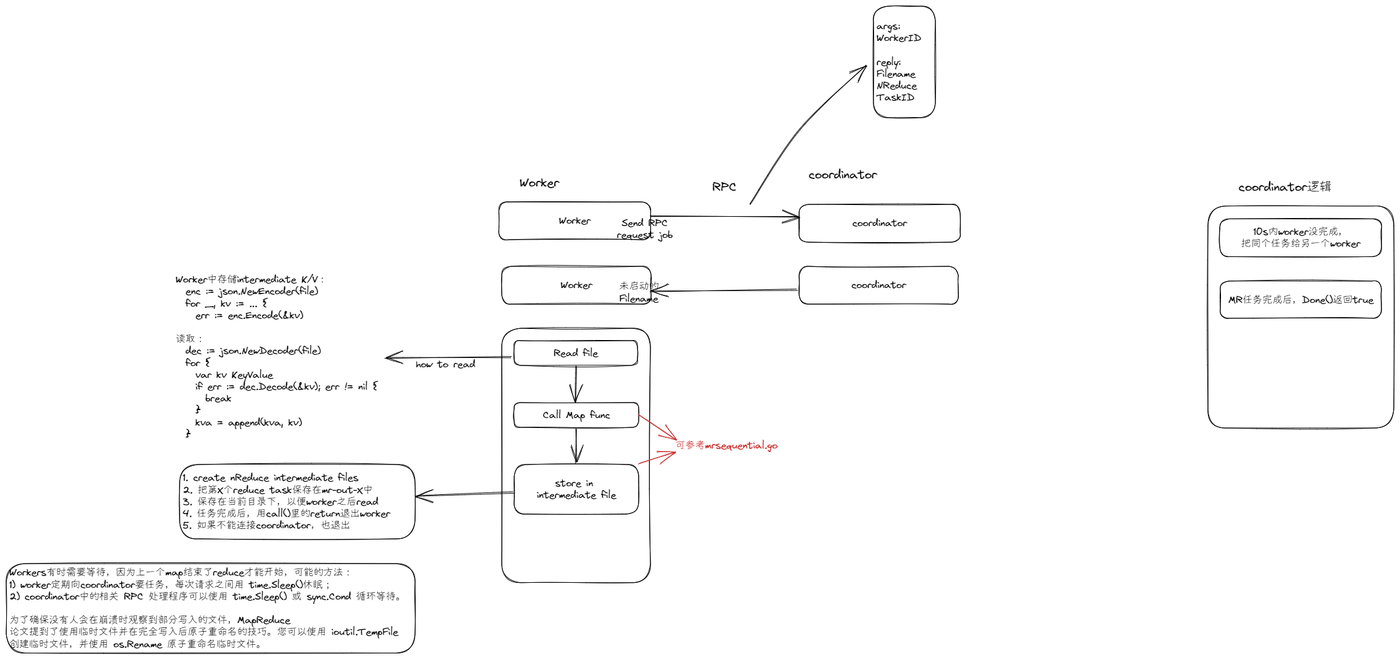
Earlier version of the Excalidraw export 6.5840/src/mr各服务架构.excalidraw.png (GeT-LeFt/Coding-Learning). Source tidied: one line per element, renumbered; positions are measured from the earlier drawing's top-left corner, leaving out a move shared by most shapes.
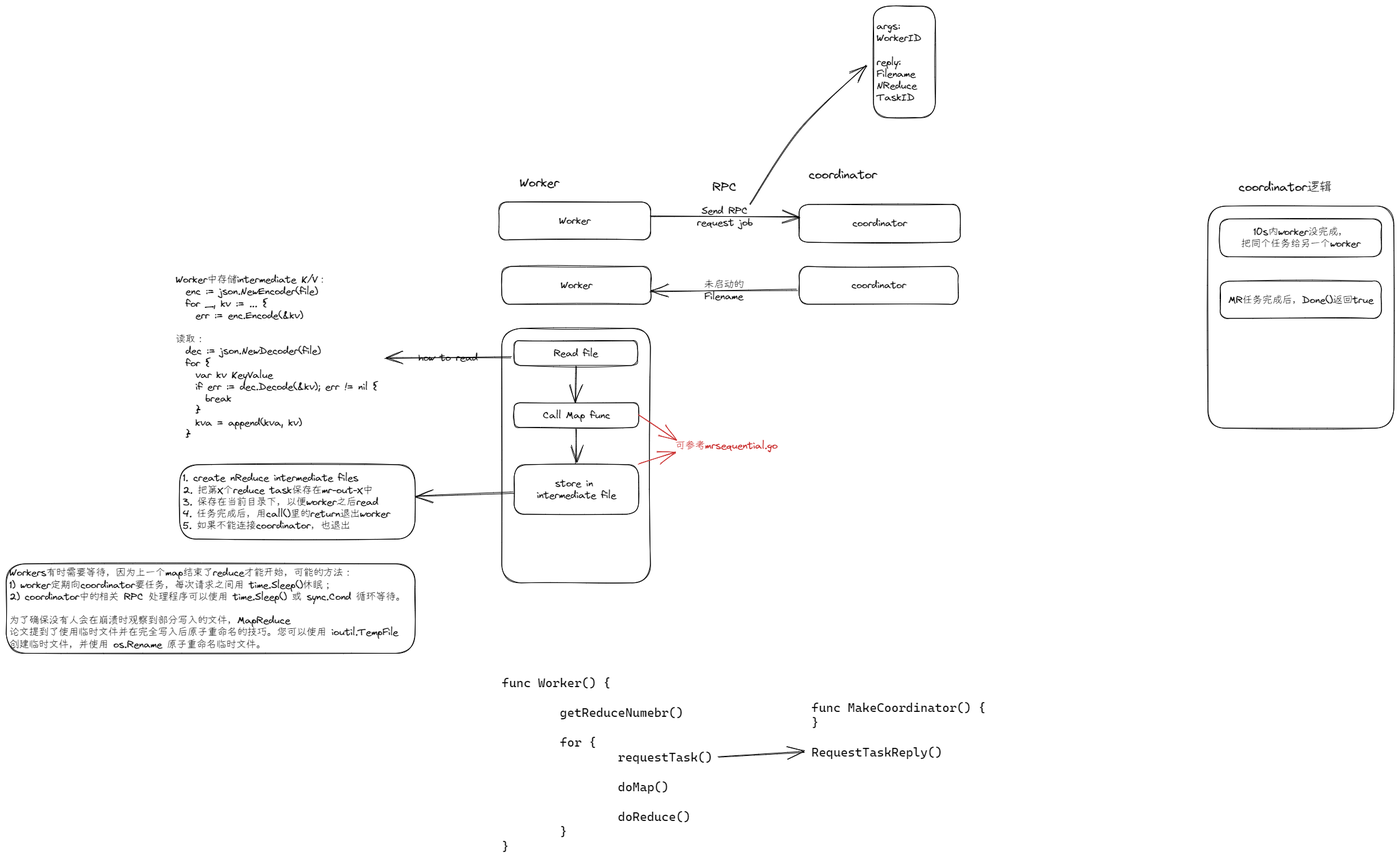
After the commit.

Diff of the diagram source:
```diff
@@ -4,14 +4,14 @@
 {"id": 3, "type": "rectangle", "strokeColor": "#000000", "strokeWidth": 1, "roughness": 1, "round": true, "x": 1280, "y": 320, "width": 260, "height": 61}
 {"id": 4, "type": "text", "text": "coordinator", "strokeColor": "#000000", "strokeWidth": 1, "roughness": 1, "fontSize": 16, "fontFamily": 1, "textAlign": "center", "verticalAlign": "middle", "inside": 3, "x": 1366, "y": 341, "width": 88, "height": 19}
 {"id": 5, "type": "arrow", "strokeColor": "#000000", "strokeWidth": 1, "roughness": 1, "endArrowhead": "arrow", "round": true, "to": 3, "x": 1040, "y": 340, "width": 240, "height": 0, "points": [[0, 0], [240, 0]]}
-{"id": 6, "type": "text", "text": "Send RPC\nrequest job", "strokeColor": "#000000", "strokeWidth": 1, "roughness": 1, "fontSize": 16, "fontFamily": 1, "textAlign": "center", "verticalAlign": "middle", "inside": 5, "x": 986, "y": 340, "width": 90, "height": 38}
+{"id": 6, "type": "text", "text": "Send RPC\nrequest job", "strokeColor": "#000000", "strokeWidth": 1, "roughness": 1, "fontSize": 16, "fontFamily": 1, "textAlign": "center", "verticalAlign": "middle", "inside": 5, "x": 1115, "y": 321, "width": 90, "height": 38}
 {"id": 7, "type": "text", "text": "coordinator", "strokeColor": "#000000", "strokeWidth": 1, "roughness": 1, "fontSize": 20, "fontFamily": 1, "x": 1295, "y": 260, "width": 110, "height": 24}
 {"id": 8, "type": "rectangle", "strokeColor": "#000000", "strokeWidth": 1, "roughness": 1, "round": true, "x": 800, "y": 420, "width": 241, "height": 61}
 {"id": 9, "type": "text", "text": "Worker", "strokeColor": "#000000", "strokeWidth": 1, "roughness": 1, "fontSize": 16, "fontFamily": 1, "textAlign": "center", "verticalAlign": "middle", "inside": 8, "x": 895, "y": 441, "width": 51, "height": 19}
 {"id": 10, "type": "rectangle", "strokeColor": "#000000", "strokeWidth": 1, "roughness": 1, "round": true, "x": 1280, "y": 420, "width": 257, "height": 61}
 {"id": 11, "type": "text", "text": "coordinator", "strokeColor": "#000000", "strokeWidth": 1, "roughness": 1, "fontSize": 16, "fontFamily": 1, "textAlign": "center", "verticalAlign": "middle", "inside": 10, "x": 1364, "y": 441, "width": 88, "height": 19}
 {"id": 12, "type": "arrow", "strokeColor": "#000000", "strokeWidth": 1, "roughness": 1, "endArrowhead": "arrow", "round": true, "from": 10, "x": 1277, "y": 457, "width": 237, "height": 3, "points": [[0, 0], [-237, 3]]}
-{"id": 13, "type": "text", "text": "未启动的\nFilename", "strokeColor": "#000000", "strokeWidth": 1, "roughness": 1, "fontSize": 16, "fontFamily": 1, "textAlign": "center", "verticalAlign": "middle", "inside": 12, "x": 989, "y": 443, "width": 64, "height": 38}
+{"id": 13, "type": "text", "text": "未启动的\nFilename", "strokeColor": "#000000", "strokeWidth": 1, "roughness": 1, "fontSize": 16, "fontFamily": 1, "textAlign": "center", "verticalAlign": "middle", "inside": 12, "x": 1126, "y": 439, "width": 64, "height": 38}
 {"id": 14, "type": "rectangle", "strokeColor": "#000000", "strokeWidth": 1, "roughness": 1, "round": true, "x": 800, "y": 520, "width": 240, "height": 411}
 {"id": 15, "type": "rectangle", "strokeColor": "#000000", "strokeWidth": 1, "roughness": 1, "round": true, "x": 820, "y": 540, "width": 199, "height": 40}
 {"id": 16, "type": "text", "text": "Read file", "strokeColor": "#000000", "strokeWidth": 1, "roughness": 1, "fontSize": 16, "fontFamily": 1, "textAlign": "center", "verticalAlign": "middle", "inside": 15, "x": 884, "y": 550, "width": 72, "height": 19}
@@ -20,7 +20,7 @@
 {"id": 19, "type": "arrow", "strokeColor": "#000000", "strokeWidth": 1, "roughness": 1, "endArrowhead": "arrow", "round": true, "from": 15, "to": 17, "x": 920, "y": 580, "width": 0, "height": 60, "points": [[0, 0], [0, 60]]}
 {"id": 20, "type": "text", "text": "Worker中存储intermediate K/V：\n  enc := json.NewEncoder(file)\n  for _, kv := ... {\n    err := enc.Encode(&kv)\n\n读取：\n  dec := json.NewDecoder(file)\n  for {\n    var kv KeyValue\n    if err := dec.Decode(&kv); err != nil {\n      break\n    }\n    kva = append(kva, kv)\n  }", "strokeColor": "#000000", "strokeWidth": 1, "roughness": 1, "fontSize": 16, "fontFamily": 1, "x": 273, "y": 432, "width": 327, "height": 269}
 {"id": 21, "type": "arrow", "strokeColor": "#000000", "strokeWidth": 1, "roughness": 1, "endArrowhead": "arrow", "round": true, "from": 15, "to": 20, "x": 815, "y": 566, "width": 204, "height": 1, "points": [[0, 0], [-204, 1]]}
-{"id": 22, "type": "text", "text": "how to read", "strokeColor": "#000000", "strokeWidth": 1, "roughness": 1, "fontSize": 16, "fontFamily": 1, "textAlign": "center", "verticalAlign": "middle", "inside": 21, "x": 661, "y": 568, "width": 96, "height": 19}
+{"id": 22, "type": "text", "text": "how to read", "strokeColor": "#000000", "strokeWidth": 1, "roughness": 1, "fontSize": 16, "fontFamily": 1, "textAlign": "center", "verticalAlign": "middle", "inside": 21, "x": 665, "y": 557, "width": 96, "height": 19}
 {"id": 23, "type": "rectangle", "strokeColor": "#000000", "strokeWidth": 1, "roughness": 1, "round": true, "x": 820, "y": 740, "width": 201, "height": 80}
 {"id": 24, "type": "text", "text": "store in \nintermediate file", "strokeColor": "#000000", "strokeWidth": 1, "roughness": 1, "fontSize": 16, "fontFamily": 1, "textAlign": "center", "verticalAlign": "middle", "inside": 23, "x": 857, "y": 761, "width": 128, "height": 38}
 {"id": 25, "type": "arrow", "strokeColor": "#000000", "strokeWidth": 1, "roughness": 1, "endArrowhead": "arrow", "round": true, "from": 17, "to": 23, "x": 920, "y": 682, "width": 0, "height": 57, "points": [[0, 0], [0, 57]]}
@@ -42,3 +42,6 @@
 {"id": 41, "type": "arrow", "strokeColor": "#000000", "strokeWidth": 1, "roughness": 1, "endArrowhead": "arrow", "round": true, "to": 42, "x": 1200, "y": 320, "width": 187, "height": 225, "points": [[0, 0], [80, -120], [187, -225]]}
 {"id": 42, "type": "rectangle", "strokeColor": "#000000", "strokeWidth": 1, "roughness": 1, "round": true, "x": 1400, "y": 0, "width": 100, "height": 180}
 {"id": 43, "type": "text", "text": "args:\nWorkerID\n\nreply:\nFilename\nNReduce\nTaskID", "strokeColor": "#000000", "strokeWidth": 1, "roughness": 1, "fontSize": 16, "fontFamily": 1, "verticalAlign": "middle", "inside": 42, "x": 1405, "y": 23, "width": 72, "height": 134}
+{"id": 44, "type": "text", "text": "func Worker() {\n\n        getReduceNumebr()\n\n        for {\n                requestTask()\n\n                doMap()\n\n                doReduce()\n        }\n}", "strokeColor": "#000000", "strokeWidth": 1, "roughness": 1, "fontSize": 20, "fontFamily": 3, "x": 800, "y": 1080, "width": 340, "height": 288}
+{"id": 45, "type": "text", "text": "func MakeCoordinator() {\n}\n\nRequestTaskReply()", "strokeColor": "#000000", "strokeWidth": 1, "roughness": 1, "fontSize": 20, "fontFamily": 3, "x": 1300, "y": 1120, "width": 281, "height": 96}
+{"id": 46, "type": "arrow", "strokeColor": "#000000", "strokeWidth": 1, "roughness": 1, "endArrowhead": "arrow", "round": true, "from": 44, "to": 45, "x": 1149, "y": 1212, "width": 139, "height": 8, "points": [[0, 0], [139, -8]]}
```
